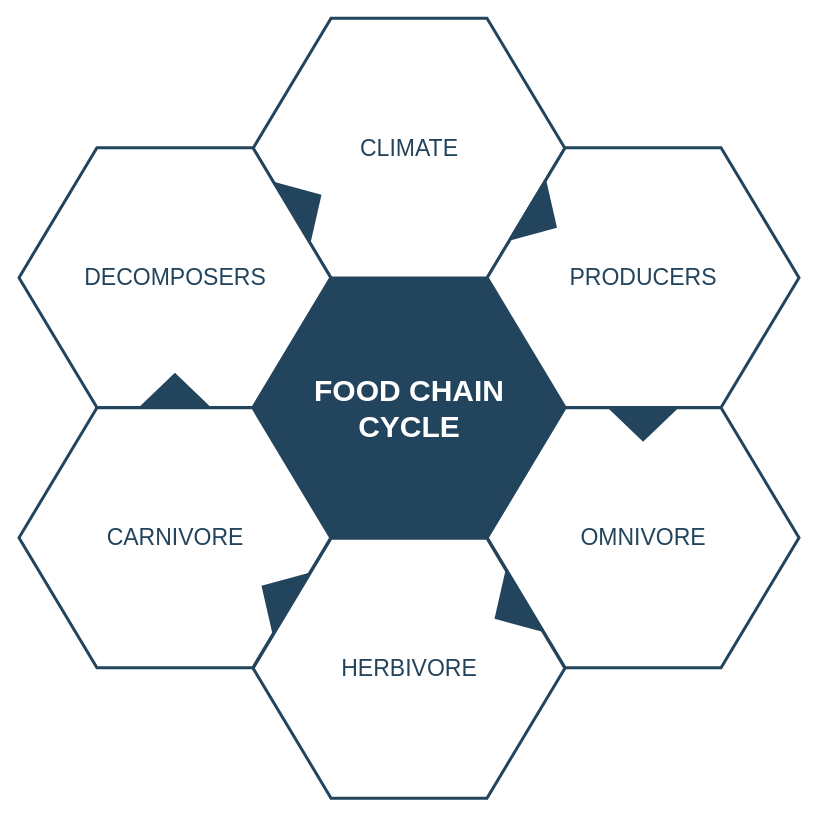
SuJack/drawio keeps this draw.io diagram as etc/Untitled Diagram.drawio. Above is the earlier version. Source tidied: cells renumbered, new cells numbered last; positions are measured from the earlier drawing's top-left corner, leaving out a move shared by most shapes. Both pictures are drawn from the tidied source at 100%, with x=0, y=0 at pixel (18, 18).
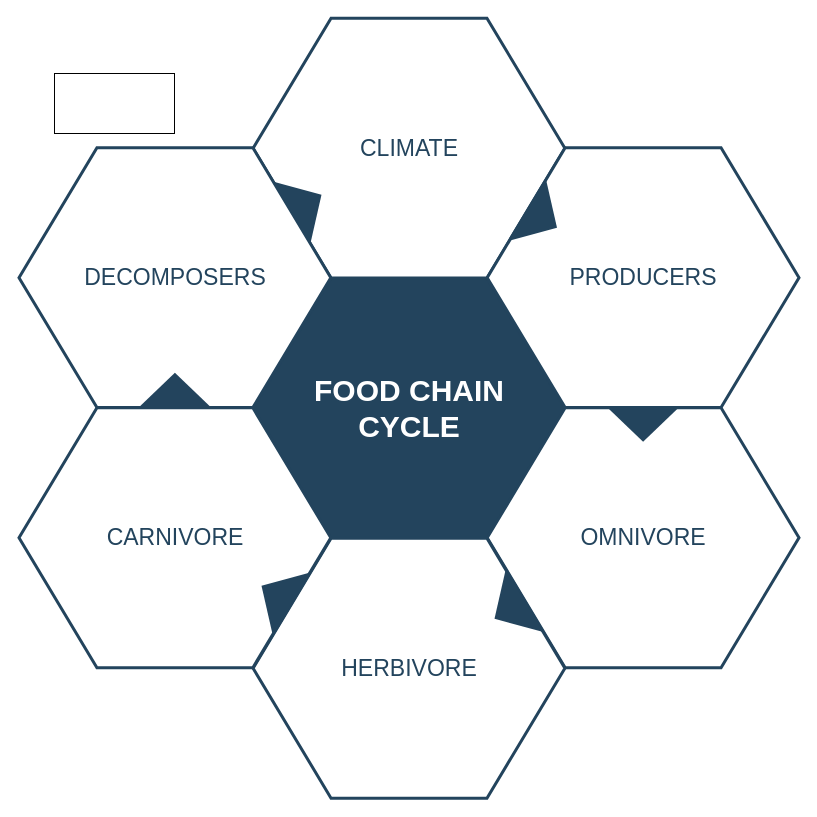
After the change.

Change to the diagram source:
```diff
@@
 <mxGraphModel background="#ffffff">
   <root>
     <mxCell id="0" />
     <mxCell id="1" parent="0" />
     <mxCell id="2" value="&lt;font style=&quot;font-size: 30px&quot; color=&quot;#ffffff&quot;&gt;&lt;b&gt;&lt;span&gt;FOOD CHAIN&lt;/span&gt;&lt;br&gt;&lt;span&gt;CYCLE&lt;/span&gt;&lt;/b&gt;&lt;/font&gt;&lt;br&gt;" style="shape=hexagon;perimeter=hexagonPerimeter2;whiteSpace=wrap;html=1;shadow=0;labelBackgroundColor=none;strokeColor=#23445D;fillColor=#23445D;gradientColor=none;fontFamily=Helvetica;fontSize=23;fontColor=#23445d;align=center;strokeWidth=3;" parent="1" vertex="1">
       <mxGeometry x="234.6" y="259.8" width="311.8" height="259.9" as="geometry" />
     </mxCell>
     <mxCell id="3" style="triangle;whiteSpace=wrap;html=1;shadow=0;labelBackgroundColor=none;strokeColor=none;fillColor=#FFFFFF;fontFamily=Helvetica;fontSize=17;fontColor=#23445d;align=center;rotation=90;gradientColor=none;flipV=1;flipH=1;opacity=20;" parent="1" vertex="1">
       <mxGeometry x="115.5" y="277.7" width="72" height="152" as="geometry" />
     </mxCell>
     <mxCell id="4" value="&lt;font style=&quot;font-size: 23px&quot;&gt;CLIMATE&lt;/font&gt;" style="shape=hexagon;perimeter=hexagonPerimeter2;whiteSpace=wrap;html=1;shadow=0;labelBackgroundColor=none;strokeColor=#23445D;fillColor=#ffffff;gradientColor=none;fontFamily=Helvetica;fontSize=23;fontColor=#23445D;align=center;strokeWidth=3;" parent="1" vertex="1">
       <mxGeometry x="234.6" y="-0.3" width="311.8" height="259.9" as="geometry" />
     </mxCell>
     <mxCell id="5" value="&lt;font style=&quot;font-size: 23px&quot;&gt;PRODUCERS&lt;/font&gt;" style="shape=hexagon;perimeter=hexagonPerimeter2;whiteSpace=wrap;html=1;shadow=0;labelBackgroundColor=none;strokeColor=#23445D;fillColor=#FFFFFF;gradientColor=none;fontFamily=Helvetica;fontSize=23;fontColor=#23445d;align=center;strokeWidth=3;" parent="1" vertex="1">
       <mxGeometry x="468.7" y="129.2" width="311.8" height="259.9" as="geometry" />
     </mxCell>
     <mxCell id="6" value="&lt;font style=&quot;font-size: 23px&quot;&gt;OMNIVORE&lt;/font&gt;" style="shape=hexagon;perimeter=hexagonPerimeter2;whiteSpace=wrap;html=1;shadow=0;labelBackgroundColor=none;strokeColor=#23445D;fillColor=#FFFFFF;gradientColor=none;fontFamily=Helvetica;fontSize=23;fontColor=#23445d;align=center;strokeWidth=3;" parent="1" vertex="1">
       <mxGeometry x="468.7" y="389.3" width="311.8" height="259.9" as="geometry" />
     </mxCell>
     <mxCell id="7" value="&lt;font style=&quot;font-size: 23px&quot;&gt;HERBIVORE&lt;/font&gt;" style="shape=hexagon;perimeter=hexagonPerimeter2;whiteSpace=wrap;html=1;shadow=0;labelBackgroundColor=none;strokeColor=#23445D;fillColor=#FFFFFF;gradientColor=none;fontFamily=Helvetica;fontSize=23;fontColor=#23445d;align=center;strokeWidth=3;" parent="1" vertex="1">
       <mxGeometry x="234.6" y="519.8" width="311.8" height="259.9" as="geometry" />
     </mxCell>
     <mxCell id="8" value="&lt;font style=&quot;font-size: 23px&quot;&gt;CARNIVORE&lt;/font&gt;" style="shape=hexagon;perimeter=hexagonPerimeter2;whiteSpace=wrap;html=1;shadow=0;labelBackgroundColor=none;strokeColor=#23445D;fillColor=#FFFFFF;gradientColor=none;fontFamily=Helvetica;fontSize=23;fontColor=#23445d;align=center;strokeWidth=3;" parent="1" vertex="1">
       <mxGeometry x="0.5" y="389.3" width="311.8" height="259.9" as="geometry" />
     </mxCell>
     <mxCell id="9" value="&lt;font style=&quot;font-size: 23px;&quot;&gt;DECOMPOSERS&lt;/font&gt;" style="shape=hexagon;perimeter=hexagonPerimeter2;whiteSpace=wrap;html=1;shadow=0;labelBackgroundColor=none;strokeColor=#23445D;fillColor=#ffffff;gradientColor=none;fontFamily=Helvetica;fontSize=23;fontColor=#23445D;align=center;strokeWidth=3;" parent="1" vertex="1">
       <mxGeometry x="0.5" y="129.2" width="311.8" height="259.9" as="geometry" />
     </mxCell>
     <mxCell id="10" style="triangle;whiteSpace=wrap;html=1;shadow=0;labelBackgroundColor=none;strokeColor=none;fillColor=#23445D;fontFamily=Helvetica;fontSize=17;fontColor=#23445d;align=center;rotation=31;gradientColor=none;strokeWidth=3;" parent="1" vertex="1">
       <mxGeometry x="506" y="163.7" width="35" height="73" as="geometry" />
     </mxCell>
     <mxCell id="11" style="triangle;whiteSpace=wrap;html=1;shadow=0;labelBackgroundColor=none;strokeColor=none;fillColor=#23445D;fontFamily=Helvetica;fontSize=17;fontColor=#23445d;align=center;rotation=31;gradientColor=none;flipH=1;strokeWidth=3;" parent="1" vertex="1">
       <mxGeometry x="240.5" y="539.7" width="35" height="73" as="geometry" />
     </mxCell>
     <mxCell id="12" style="triangle;whiteSpace=wrap;html=1;shadow=0;labelBackgroundColor=none;strokeColor=none;fillColor=#23445D;fontFamily=Helvetica;fontSize=17;fontColor=#23445d;align=center;rotation=329;gradientColor=none;strokeWidth=3;" parent="1" vertex="1">
       <mxGeometry x="270.5" y="148.7" width="35" height="73" as="geometry" />
     </mxCell>
     <mxCell id="13" style="triangle;whiteSpace=wrap;html=1;shadow=0;labelBackgroundColor=none;strokeColor=none;fillColor=#23445D;fontFamily=Helvetica;fontSize=17;fontColor=#23445d;align=center;rotation=329;gradientColor=none;flipH=1;strokeWidth=3;" parent="1" vertex="1">
       <mxGeometry x="473.5" y="554.7" width="35" height="73" as="geometry" />
     </mxCell>
     <mxCell id="14" style="triangle;whiteSpace=wrap;html=1;shadow=0;labelBackgroundColor=none;strokeColor=none;fillColor=#23445D;fontFamily=Helvetica;fontSize=17;fontColor=#23445d;align=center;rotation=90;gradientColor=none;strokeWidth=3;" parent="1" vertex="1">
       <mxGeometry x="607.1" y="369.2" width="35" height="73" as="geometry" />
     </mxCell>
     <mxCell id="15" style="triangle;whiteSpace=wrap;html=1;shadow=0;labelBackgroundColor=none;strokeColor=none;fillColor=#23445D;fontFamily=Helvetica;fontSize=17;fontColor=#23445d;align=center;rotation=90;gradientColor=none;flipH=1;strokeWidth=3;" parent="1" vertex="1">
       <mxGeometry x="138.9" y="335.2" width="35" height="73" as="geometry" />
     </mxCell>
+    <mxCell id="16" style="rounded=0;whiteSpace=wrap;html=1;" parent="1" vertex="1">
+      <mxGeometry x="36" y="55" width="120" height="60" as="geometry" />
+    </mxCell>
   </root>
 </mxGraphModel>
```
